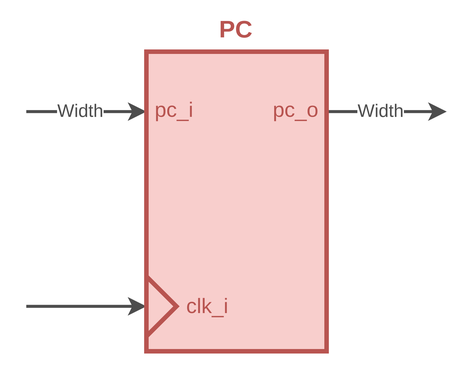
This is xmint/design/PC.png from Dark-GreenCat/xmint, a draw.io export, as it was before one commit. Source tidied: cells renumbered, new cells last; positions are measured from the earlier drawing's top-left corner, leaving out a move shared by most shapes. Its diagram source:
```xml
<mxGraphModel background="#ffffff">
  <root>
    <mxCell id="0" />
    <mxCell id="1" parent="0" />
    <mxCell id="2" style="group;" parent="1" vertex="1">
      <mxGeometry width="280" height="220" as="geometry" />
    </mxCell>
    <mxCell id="3" style="endArrow=classic;html=1;fontSize=12;entryX=0;entryY=0.5;entryDx=0;entryDy=0;strokeWidth=2;fontColor=#4D4D4D;strokeColor=#4D4D4D;" parent="2" edge="1" target="9">
      <mxGeometry relative="1" as="geometry">
        <mxPoint y="190" as="sourcePoint" />
      </mxGeometry>
    </mxCell>
    <mxCell id="4" style="endArrow=classic;html=1;entryX=0;entryY=0;entryDx=0;entryDy=140;entryPerimeter=0;strokeWidth=2;fontColor=#4D4D4D;strokeColor=#4D4D4D;" parent="2" edge="1">
      <mxGeometry relative="1" as="geometry">
        <mxPoint y="60" as="sourcePoint" />
        <mxPoint x="80" y="60" as="targetPoint" />
      </mxGeometry>
    </mxCell>
    <mxCell id="5" value="Width" style="edgeLabel;html=1;align=center;verticalAlign=middle;fontSize=12;fontColor=#4D4D4D;" parent="4" vertex="1">
      <mxGeometry x="0.21" y="1" relative="1" as="geometry">
        <mxPoint x="-13" y="1" as="offset" />
      </mxGeometry>
    </mxCell>
    <mxCell id="6" style="endArrow=classic;html=1;entryX=0;entryY=0;entryDx=0;entryDy=140;entryPerimeter=0;strokeWidth=2;fontColor=#4D4D4D;strokeColor=#4D4D4D;" parent="2" edge="1">
      <mxGeometry relative="1" as="geometry">
        <mxPoint x="200" y="60" as="sourcePoint" />
        <mxPoint x="280" y="60" as="targetPoint" />
      </mxGeometry>
    </mxCell>
    <mxCell id="7" value="Width" style="edgeLabel;html=1;align=center;verticalAlign=middle;fontSize=12;fontColor=#4D4D4D;" parent="6" vertex="1">
      <mxGeometry x="0.21" y="1" relative="1" as="geometry">
        <mxPoint x="-13" y="1" as="offset" />
      </mxGeometry>
    </mxCell>
    <mxCell id="8" style="rounded=0;whiteSpace=wrap;html=1;labelBackgroundColor=none;strokeColor=#b85450;strokeWidth=3;fontSize=12;fillColor=#f8cecc;" parent="2" vertex="1">
      <mxGeometry x="80" y="20" width="120" height="200" as="geometry" />
    </mxCell>
    <mxCell id="9" style="triangle;whiteSpace=wrap;html=1;labelBackgroundColor=none;strokeColor=#b85450;strokeWidth=3;fontSize=12;fillColor=#f8cecc;rotation=0;" parent="2" vertex="1">
      <mxGeometry x="80" y="170" width="20" height="40" as="geometry" />
    </mxCell>
    <mxCell id="10" value="PC" style="text;html=1;strokeColor=none;fillColor=none;align=center;verticalAlign=middle;whiteSpace=wrap;rounded=0;fontStyle=1;fontSize=16;fontColor=#B85450;" parent="2" vertex="1">
      <mxGeometry x="110" width="60" height="10" as="geometry" />
    </mxCell>
    <mxCell id="11" value="clk_i" style="text;html=1;strokeColor=none;fillColor=none;align=left;verticalAlign=middle;whiteSpace=wrap;rounded=0;fontSize=14;fontColor=#B85450;" parent="2" vertex="1">
      <mxGeometry x="105" y="175" width="60" height="30" as="geometry" />
    </mxCell>
    <mxCell id="12" value="pc_o" style="text;html=1;strokeColor=none;fillColor=none;align=right;verticalAlign=middle;whiteSpace=wrap;rounded=0;fontSize=14;fontColor=#B85450;" parent="2" vertex="1">
      <mxGeometry x="137" y="44" width="60" height="30" as="geometry" />
    </mxCell>
    <mxCell id="13" value="pc_i" style="text;html=1;strokeColor=none;fillColor=none;align=left;verticalAlign=middle;whiteSpace=wrap;rounded=0;fontSize=14;fontColor=#B85450;" parent="2" vertex="1">
      <mxGeometry x="84" y="44" width="60" height="30" as="geometry" />
    </mxCell>
  </root>
</mxGraphModel>
```
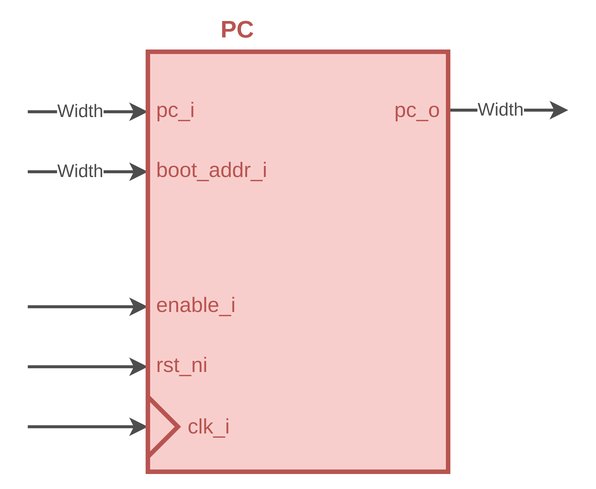
Above is the later version.

The edit, as a diff of the source:
```diff
@@ -2,15 +2,35 @@
   <root>
     <mxCell id="0" />
     <mxCell id="1" parent="0" />
-    <mxCell id="2" style="group;" parent="1" vertex="1">
-      <mxGeometry width="280" height="220" as="geometry" />
-    </mxCell>
+    <mxCell id="14" style="endArrow=classic;html=1;entryX=0;entryY=0;entryDx=0;entryDy=140;entryPerimeter=0;strokeWidth=2;fontColor=#4D4D4D;strokeColor=#4D4D4D;" parent="1" edge="1">
+      <mxGeometry relative="1" as="geometry">
+        <mxPoint y="230" as="sourcePoint" />
+        <mxPoint x="80" y="230" as="targetPoint" />
+      </mxGeometry>
+    </mxCell>
+    <mxCell id="15" style="endArrow=classic;html=1;entryX=0;entryY=0;entryDx=0;entryDy=140;entryPerimeter=0;strokeWidth=2;fontColor=#4D4D4D;strokeColor=#4D4D4D;" parent="1" edge="1">
+      <mxGeometry relative="1" as="geometry">
+        <mxPoint y="190" as="sourcePoint" />
+        <mxPoint x="80" y="190" as="targetPoint" />
+      </mxGeometry>
+    </mxCell>
+    <mxCell id="16" style="endArrow=classic;html=1;entryX=0;entryY=0;entryDx=0;entryDy=140;entryPerimeter=0;strokeWidth=2;fontColor=#4D4D4D;strokeColor=#4D4D4D;" parent="1" edge="1">
+      <mxGeometry relative="1" as="geometry">
+        <mxPoint y="100" as="sourcePoint" />
+        <mxPoint x="80" y="100" as="targetPoint" />
+      </mxGeometry>
+    </mxCell>
+    <mxCell id="17" value="Width" style="edgeLabel;html=1;align=center;verticalAlign=middle;fontSize=12;fontColor=#4D4D4D;" parent="16" vertex="1">
+      <mxGeometry x="0.21" y="1" relative="1" as="geometry">
+        <mxPoint x="-13" y="1" as="offset" />
+      </mxGeometry>
+    </mxCell>
-    <mxCell id="3" style="endArrow=classic;html=1;fontSize=12;entryX=0;entryY=0.5;entryDx=0;entryDy=0;strokeWidth=2;fontColor=#4D4D4D;strokeColor=#4D4D4D;" parent="2" edge="1" target="9">
+    <mxCell id="3" style="endArrow=classic;html=1;fontSize=12;entryX=0;entryY=0.5;entryDx=0;entryDy=0;strokeWidth=2;fontColor=#4D4D4D;strokeColor=#4D4D4D;" parent="1" edge="1" target="9">
       <mxGeometry relative="1" as="geometry">
-        <mxPoint y="190" as="sourcePoint" />
+        <mxPoint y="270" as="sourcePoint" />
       </mxGeometry>
     </mxCell>
-    <mxCell id="4" style="endArrow=classic;html=1;entryX=0;entryY=0;entryDx=0;entryDy=140;entryPerimeter=0;strokeWidth=2;fontColor=#4D4D4D;strokeColor=#4D4D4D;" parent="2" edge="1">
+    <mxCell id="4" style="endArrow=classic;html=1;entryX=0;entryY=0;entryDx=0;entryDy=140;entryPerimeter=0;strokeWidth=2;fontColor=#4D4D4D;strokeColor=#4D4D4D;" parent="1" edge="1">
       <mxGeometry relative="1" as="geometry">
         <mxPoint y="60" as="sourcePoint" />
         <mxPoint x="80" y="60" as="targetPoint" />
@@ -21,10 +41,10 @@
         <mxPoint x="-13" y="1" as="offset" />
       </mxGeometry>
     </mxCell>
-    <mxCell id="6" style="endArrow=classic;html=1;entryX=0;entryY=0;entryDx=0;entryDy=140;entryPerimeter=0;strokeWidth=2;fontColor=#4D4D4D;strokeColor=#4D4D4D;" parent="2" edge="1">
+    <mxCell id="6" style="endArrow=classic;html=1;entryX=0;entryY=0;entryDx=0;entryDy=140;entryPerimeter=0;strokeWidth=2;fontColor=#4D4D4D;strokeColor=#4D4D4D;" parent="1" edge="1">
       <mxGeometry relative="1" as="geometry">
-        <mxPoint x="200" y="60" as="sourcePoint" />
-        <mxPoint x="280" y="60" as="targetPoint" />
+        <mxPoint x="280" y="58.9" as="sourcePoint" />
+        <mxPoint x="360" y="58.9" as="targetPoint" />
       </mxGeometry>
     </mxCell>
     <mxCell id="7" value="Width" style="edgeLabel;html=1;align=center;verticalAlign=middle;fontSize=12;fontColor=#4D4D4D;" parent="6" vertex="1">
@@ -32,23 +52,32 @@
         <mxPoint x="-13" y="1" as="offset" />
       </mxGeometry>
     </mxCell>
-    <mxCell id="8" style="rounded=0;whiteSpace=wrap;html=1;labelBackgroundColor=none;strokeColor=#b85450;strokeWidth=3;fontSize=12;fillColor=#f8cecc;" parent="2" vertex="1">
-      <mxGeometry x="80" y="20" width="120" height="200" as="geometry" />
+    <mxCell id="8" style="rounded=0;whiteSpace=wrap;html=1;labelBackgroundColor=none;strokeColor=#b85450;strokeWidth=3;fontSize=12;fillColor=#f8cecc;" parent="1" vertex="1">
+      <mxGeometry x="80" y="20" width="200" height="280" as="geometry" />
     </mxCell>
-    <mxCell id="9" style="triangle;whiteSpace=wrap;html=1;labelBackgroundColor=none;strokeColor=#b85450;strokeWidth=3;fontSize=12;fillColor=#f8cecc;rotation=0;" parent="2" vertex="1">
-      <mxGeometry x="80" y="170" width="20" height="40" as="geometry" />
+    <mxCell id="9" style="triangle;whiteSpace=wrap;html=1;labelBackgroundColor=none;strokeColor=#b85450;strokeWidth=3;fontSize=12;fillColor=#f8cecc;rotation=0;" parent="1" vertex="1">
+      <mxGeometry x="80" y="250" width="20" height="40" as="geometry" />
     </mxCell>
-    <mxCell id="10" value="PC" style="text;html=1;strokeColor=none;fillColor=none;align=center;verticalAlign=middle;whiteSpace=wrap;rounded=0;fontStyle=1;fontSize=16;fontColor=#B85450;" parent="2" vertex="1">
+    <mxCell id="10" value="PC" style="text;html=1;strokeColor=none;fillColor=none;align=center;verticalAlign=middle;whiteSpace=wrap;rounded=0;fontStyle=1;fontSize=16;fontColor=#B85450;" parent="1" vertex="1">
       <mxGeometry x="110" width="60" height="10" as="geometry" />
     </mxCell>
-    <mxCell id="11" value="clk_i" style="text;html=1;strokeColor=none;fillColor=none;align=left;verticalAlign=middle;whiteSpace=wrap;rounded=0;fontSize=14;fontColor=#B85450;" parent="2" vertex="1">
-      <mxGeometry x="105" y="175" width="60" height="30" as="geometry" />
+    <mxCell id="11" value="clk_i" style="text;html=1;strokeColor=none;fillColor=none;align=left;verticalAlign=middle;whiteSpace=wrap;rounded=0;fontSize=14;fontColor=#B85450;" parent="1" vertex="1">
+      <mxGeometry x="105" y="255" width="60" height="30" as="geometry" />
     </mxCell>
-    <mxCell id="12" value="pc_o" style="text;html=1;strokeColor=none;fillColor=none;align=right;verticalAlign=middle;whiteSpace=wrap;rounded=0;fontSize=14;fontColor=#B85450;" parent="2" vertex="1">
-      <mxGeometry x="137" y="44" width="60" height="30" as="geometry" />
+    <mxCell id="12" value="pc_o" style="text;html=1;strokeColor=none;fillColor=none;align=right;verticalAlign=middle;whiteSpace=wrap;rounded=0;fontSize=14;fontColor=#B85450;" parent="1" vertex="1">
+      <mxGeometry x="217" y="44" width="60" height="30" as="geometry" />
     </mxCell>
-    <mxCell id="13" value="pc_i" style="text;html=1;strokeColor=none;fillColor=none;align=left;verticalAlign=middle;whiteSpace=wrap;rounded=0;fontSize=14;fontColor=#B85450;" parent="2" vertex="1">
+    <mxCell id="13" value="pc_i" style="text;html=1;strokeColor=none;fillColor=none;align=left;verticalAlign=middle;whiteSpace=wrap;rounded=0;fontSize=14;fontColor=#B85450;" parent="1" vertex="1">
       <mxGeometry x="84" y="44" width="60" height="30" as="geometry" />
     </mxCell>
+    <mxCell id="18" value="rst_ni" style="text;html=1;strokeColor=none;fillColor=none;align=left;verticalAlign=middle;whiteSpace=wrap;rounded=0;fontSize=14;fontColor=#B85450;" parent="1" vertex="1">
+      <mxGeometry x="84" y="214" width="60" height="30" as="geometry" />
+    </mxCell>
+    <mxCell id="19" value="enable_i" style="text;html=1;strokeColor=none;fillColor=none;align=left;verticalAlign=middle;whiteSpace=wrap;rounded=0;fontSize=14;fontColor=#B85450;" parent="1" vertex="1">
+      <mxGeometry x="84" y="174" width="60" height="30" as="geometry" />
+    </mxCell>
+    <mxCell id="20" value="boot_addr_i" style="text;html=1;strokeColor=none;fillColor=none;align=left;verticalAlign=middle;whiteSpace=wrap;rounded=0;fontSize=14;fontColor=#B85450;" parent="1" vertex="1">
+      <mxGeometry x="84" y="84" width="60" height="30" as="geometry" />
+    </mxCell>
   </root>
 </mxGraphModel>
```
